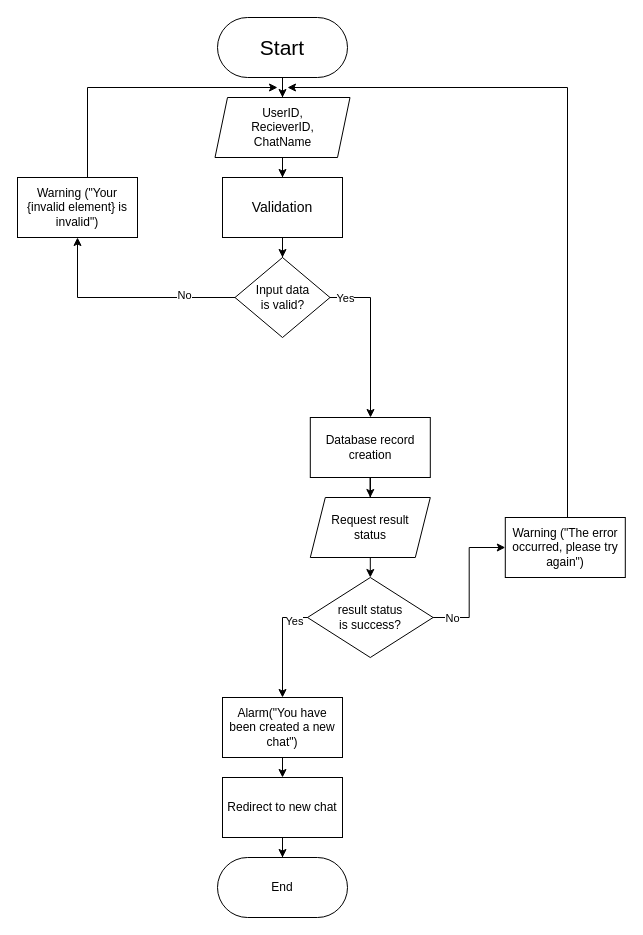
The draw.io diagram Flowcharts/Create Chat/CreateChat.drawio in c0st1nus/Forum, before the edit. Source tidied: cells renumbered, new cells numbered last; positions are measured from the earlier drawing's top-left corner, leaving out a move shared by most shapes. Both pictures are drawn from the tidied source at 100%, with x=0, y=0 at pixel (17, 17).
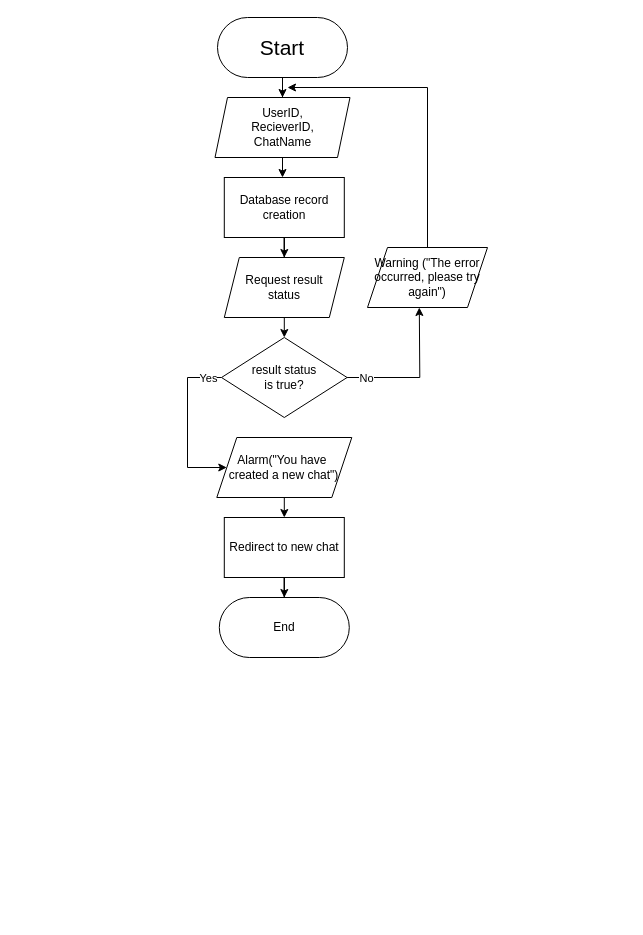
After the change.

The change refers to these unchanged cells:
```xml
<mxCell id="5" value="&lt;div&gt;UserID,&lt;/div&gt;&lt;div&gt;RecieverID,&lt;/div&gt;&lt;div&gt;ChatName&lt;br&gt;&lt;/div&gt;" style="shape=parallelogram;perimeter=parallelogramPerimeter;whiteSpace=wrap;html=1;fixedSize=1;size=12.5;" parent="1" vertex="1">
  <mxGeometry x="197.5" y="80" width="135" height="60" as="geometry" />
</mxCell>
```

The edit, as a diff of the source:
```diff
@@
-    <mxCell id="4" style="edgeStyle=orthogonalEdgeStyle;rounded=0;jettySize=auto;html=1;" parent="1" edge="1" source="5" target="7">
-      <mxGeometry relative="1" as="geometry" />
+    <mxCell id="4" style="edgeStyle=orthogonalEdgeStyle;rounded=0;jettySize=auto;html=1;" parent="1" edge="1" source="5">
+      <mxGeometry relative="1" as="geometry">
+        <mxPoint x="265" y="160" as="targetPoint" />
+      </mxGeometry>
     </mxCell>
@@
-    <mxCell id="6" style="edgeStyle=orthogonalEdgeStyle;rounded=0;jettySize=auto;html=1;entryX=0.5;entryY=0;entryDx=0;entryDy=0;" parent="1" edge="1" source="7" target="12">
-      <mxGeometry relative="1" as="geometry" />
+    <mxCell id="6" style="edgeStyle=orthogonalEdgeStyle;rounded=0;orthogonalLoop=1;jettySize=auto;html=1;entryX=0.5;entryY=0;entryDx=0;entryDy=0;" parent="1" edge="1">
+      <mxGeometry relative="1" as="geometry">
+        <mxPoint x="265" y="220" as="sourcePoint" />
+      </mxGeometry>
     </mxCell>
-    <mxCell id="7" value="&lt;font style=&quot;font-size: 14px;&quot;&gt;Validation&lt;br&gt;&lt;/font&gt;" style="whiteSpace=wrap;html=1;" parent="1" vertex="1">
-      <mxGeometry x="205" y="160" width="120" height="60" as="geometry" />
-    </mxCell>
-    <mxCell id="8" style="edgeStyle=orthogonalEdgeStyle;rounded=0;jettySize=auto;html=1;entryX=0.5;entryY=0;entryDx=0;entryDy=0;" parent="1" edge="1" source="12">
-      <mxGeometry relative="1" as="geometry">
-        <mxPoint x="353" y="400" as="targetPoint" />
-        <Array as="points">
-          <mxPoint x="353" y="280" />
-        </Array>
-      </mxGeometry>
-    </mxCell>
-    <mxCell id="9" value="&lt;div&gt;Yes&lt;/div&gt;" style="edgeLabel;html=1;align=center;verticalAlign=middle;" parent="8" vertex="1">
-      <mxGeometry x="-0.81" relative="1" as="geometry" />
-    </mxCell>
-    <mxCell id="10" style="edgeStyle=orthogonalEdgeStyle;rounded=0;jettySize=auto;html=1;" parent="1" edge="1" source="12" target="14">
-      <mxGeometry relative="1" as="geometry" />
-    </mxCell>
-    <mxCell id="11" value="&lt;div&gt;No&lt;/div&gt;" style="edgeLabel;html=1;align=center;verticalAlign=middle;" parent="10" vertex="1">
-      <mxGeometry x="-0.53" y="-3" relative="1" as="geometry" />
-    </mxCell>
-    <mxCell id="12" value="&lt;div&gt;Input data&lt;/div&gt;&lt;div&gt;is valid?&lt;br&gt;&lt;/div&gt;" style="rhombus;whiteSpace=wrap;html=1;" parent="1" vertex="1">
-      <mxGeometry x="217.5" y="240" width="95" height="80" as="geometry" />
-    </mxCell>
-    <mxCell id="13" style="edgeStyle=orthogonalEdgeStyle;rounded=0;jettySize=auto;html=1;" parent="1" edge="1" source="14">
-      <mxGeometry relative="1" as="geometry">
-        <mxPoint x="260" y="70" as="targetPoint" />
-        <Array as="points">
-          <mxPoint x="70" y="70" />
-        </Array>
-      </mxGeometry>
-    </mxCell>
-    <mxCell id="14" value="Warning (&quot;Your {invalid element} is invalid&quot;)" style="rounded=0;whiteSpace=wrap;html=1;" parent="1" vertex="1">
-      <mxGeometry y="160" width="120" height="60" as="geometry" />
-    </mxCell>
@@
     <mxCell id="16" value="Database record creation" style="whiteSpace=wrap;html=1;" parent="1" vertex="1">
-      <mxGeometry x="292.8" y="400" width="120" height="60" as="geometry" />
+      <mxGeometry x="206.8" y="160" width="120" height="60" as="geometry" />
     </mxCell>
@@
     <mxCell id="18" value="&lt;div&gt;Request result&lt;/div&gt;&lt;div&gt;status&lt;br&gt;&lt;/div&gt;" style="shape=parallelogram;perimeter=parallelogramPerimeter;whiteSpace=wrap;html=1;fixedSize=1;size=15;" parent="1" vertex="1">
-      <mxGeometry x="292.8" y="480" width="120" height="60" as="geometry" />
+      <mxGeometry x="206.8" y="240" width="120" height="60" as="geometry" />
     </mxCell>
-    <mxCell id="19" style="edgeStyle=orthogonalEdgeStyle;rounded=0;jettySize=auto;html=1;" parent="1" edge="1" source="23" target="25">
-      <mxGeometry relative="1" as="geometry" />
+    <mxCell id="19" style="edgeStyle=orthogonalEdgeStyle;rounded=0;jettySize=auto;html=1;" parent="1" edge="1" source="23">
+      <mxGeometry relative="1" as="geometry">
+        <mxPoint x="401.8" y="290" as="targetPoint" />
+      </mxGeometry>
     </mxCell>
@@
-    <mxCell id="21" style="edgeStyle=orthogonalEdgeStyle;rounded=0;orthogonalLoop=1;jettySize=auto;html=1;entryX=0.5;entryY=0;entryDx=0;entryDy=0;" parent="1" edge="1">
+    <mxCell id="21" style="edgeStyle=orthogonalEdgeStyle;rounded=0;jettySize=auto;html=1;entryX=0;entryY=0.5;entryDx=0;entryDy=0;exitX=0;exitY=0.5;exitDx=0;exitDy=0;" parent="1" edge="1" source="23" target="31">
       <mxGeometry relative="1" as="geometry">
-        <mxPoint x="310" y="600" as="sourcePoint" />
-        <mxPoint x="265" y="680" as="targetPoint" />
         <Array as="points">
-          <mxPoint x="265" y="600" />
+          <mxPoint x="170" y="360" />
+          <mxPoint x="170" y="450" />
         </Array>
       </mxGeometry>
     </mxCell>
     <mxCell id="22" value="Yes" style="edgeLabel;html=1;align=center;verticalAlign=middle;" parent="21" vertex="1">
-      <mxGeometry x="-0.46" y="3" relative="1" as="geometry" />
+      <mxGeometry x="-0.46" y="3" relative="1" as="geometry">
+        <mxPoint x="17" y="-10" as="offset" />
+      </mxGeometry>
     </mxCell>
-    <mxCell id="23" value="result status &lt;br&gt;is success?" style="rhombus;whiteSpace=wrap;html=1;" parent="1" vertex="1">
-      <mxGeometry x="290" y="560" width="125.6" height="80" as="geometry" />
+    <mxCell id="23" value="result status &lt;br&gt;is true?" style="rhombus;whiteSpace=wrap;html=1;" parent="1" vertex="1">
+      <mxGeometry x="204" y="320" width="125.6" height="80" as="geometry" />
     </mxCell>
-    <mxCell id="24" style="edgeStyle=orthogonalEdgeStyle;rounded=0;jettySize=auto;html=1;" parent="1" edge="1" source="25">
-      <mxGeometry relative="1" as="geometry">
-        <mxPoint x="270" y="70" as="targetPoint" />
-        <Array as="points">
-          <mxPoint x="550" y="70" />
-        </Array>
-      </mxGeometry>
-    </mxCell>
-    <mxCell id="25" value="Warning (&quot;The error occurred, please try again&quot;)" style="rounded=0;whiteSpace=wrap;html=1;" parent="1" vertex="1">
-      <mxGeometry x="487.8" y="500" width="120" height="60" as="geometry" />
-    </mxCell>
-    <mxCell id="26" style="edgeStyle=orthogonalEdgeStyle;rounded=0;jettySize=auto;html=1;exitX=0.5;exitY=1;exitDx=0;exitDy=0;entryX=0.5;entryY=0;entryDx=0;entryDy=0;" parent="1" edge="1" source="27" target="29">
-      <mxGeometry relative="1" as="geometry" />
+    <mxCell id="26" style="edgeStyle=orthogonalEdgeStyle;rounded=0;jettySize=auto;html=1;exitX=0.5;exitY=1;exitDx=0;exitDy=0;entryX=0.5;entryY=0;entryDx=0;entryDy=0;" parent="1" edge="1" target="29">
+      <mxGeometry relative="1" as="geometry">
+        <mxPoint x="266.8" y="480" as="sourcePoint" />
+      </mxGeometry>
     </mxCell>
-    <mxCell id="27" value="Alarm(&quot;You have been created a new chat&quot;)" style="whiteSpace=wrap;html=1;" parent="1" vertex="1">
-      <mxGeometry x="205" y="680" width="120" height="60" as="geometry" />
-    </mxCell>
@@
     <mxCell id="29" value="Redirect to new chat" style="whiteSpace=wrap;html=1;" parent="1" vertex="1">
-      <mxGeometry x="205" y="760" width="120" height="60" as="geometry" />
+      <mxGeometry x="206.8" y="500" width="120" height="60" as="geometry" />
     </mxCell>
     <mxCell id="30" value="End" style="rounded=1;whiteSpace=wrap;html=1;glass=0;shadow=0;arcSize=50;" parent="1" vertex="1">
-      <mxGeometry x="200" y="840" width="130" height="60" as="geometry" />
+      <mxGeometry x="201.8" y="580" width="130" height="60" as="geometry" />
     </mxCell>
+    <mxCell id="31" value="&lt;div&gt;Alarm(&quot;You have&amp;nbsp;&lt;/div&gt;&lt;div&gt;created a new chat&quot;)&lt;/div&gt;" style="shape=parallelogram;perimeter=parallelogramPerimeter;whiteSpace=wrap;html=1;fixedSize=1;" parent="1" vertex="1">
+      <mxGeometry x="199.3" y="420" width="135" height="60" as="geometry" />
+    </mxCell>
+    <mxCell id="32" style="edgeStyle=orthogonalEdgeStyle;rounded=0;jettySize=auto;html=1;" parent="1" edge="1" source="25">
+      <mxGeometry relative="1" as="geometry">
+        <mxPoint x="270" y="70" as="targetPoint" />
+        <Array as="points">
+          <mxPoint x="410" y="70" />
+        </Array>
+      </mxGeometry>
+    </mxCell>
+    <mxCell id="25" value="Warning (&quot;The error occurred, please try again&quot;)" style="shape=parallelogram;perimeter=parallelogramPerimeter;whiteSpace=wrap;html=1;fixedSize=1;" parent="1" vertex="1">
+      <mxGeometry x="350" y="230" width="120" height="60" as="geometry" />
+    </mxCell>
```
